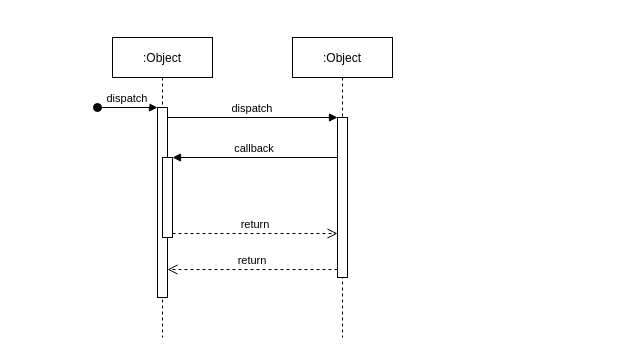
Before: Untitled Diagram.drawio in alfinlutfi277/AI-Daun, a draw.io diagram. Source tidied: cells renumbered, new cells numbered last; positions are measured from the earlier drawing's top-left corner, leaving out a move shared by most shapes. Both pictures are drawn from the tidied source at 100%, with x=0, y=0 at pixel (97, 37).
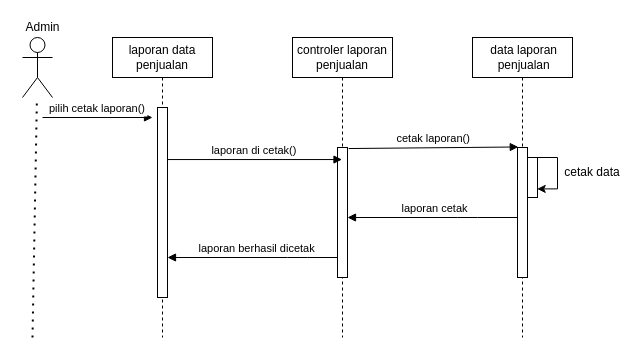
The same page after the edit.

Commit message:
sequence mppl

The change refers to these unchanged cells:
```xml
<mxCell id="3" style="points=[];perimeter=orthogonalPerimeter;rounded=0;shadow=0;strokeWidth=1;" parent="2" vertex="1">
  <mxGeometry x="45" y="70" width="10" height="190" as="geometry" />
</mxCell>
```

What changed in the source:
```diff
@@
-    <mxCell id="2" value=":Object" style="shape=umlLifeline;perimeter=lifelinePerimeter;rounded=0;shadow=0;strokeWidth=1;" parent="1" vertex="1">
+    <mxCell id="2" style="shape=umlLifeline;perimeter=lifelinePerimeter;rounded=0;shadow=0;strokeWidth=1;" parent="1" vertex="1">
       <mxGeometry x="15" width="100" height="300" as="geometry" />
     </mxCell>
@@
-    <mxCell id="4" value="dispatch" style="verticalAlign=bottom;startArrow=oval;endArrow=block;startSize=8;shadow=0;strokeWidth=1;" parent="2" edge="1" target="3">
-      <mxGeometry relative="1" as="geometry">
-        <mxPoint x="-15" y="70" as="sourcePoint" />
-      </mxGeometry>
-    </mxCell>
-    <mxCell id="5" style="points=[];perimeter=orthogonalPerimeter;rounded=0;shadow=0;strokeWidth=1;" parent="2" vertex="1">
-      <mxGeometry x="50" y="120" width="10" height="80" as="geometry" />
-    </mxCell>
+    <mxCell id="12" value="pilih cetak laporan()" style="verticalAlign=bottom;endArrow=block;shadow=0;strokeWidth=1;" parent="2" edge="1">
+      <mxGeometry relative="1" as="geometry">
+        <mxPoint x="-70" y="80" as="sourcePoint" />
+        <mxPoint x="40" y="80" as="targetPoint" />
+      </mxGeometry>
+    </mxCell>
+    <mxCell id="13" value="laporan berhasil dicetak" style="verticalAlign=bottom;endArrow=block;shadow=0;strokeWidth=1;" parent="2" edge="1">
+      <mxGeometry relative="1" as="geometry">
+        <mxPoint x="234.6" y="220" as="sourcePoint" />
+        <mxPoint x="55" y="220" as="targetPoint" />
+        <Array as="points">
+          <mxPoint x="185.1" y="220" />
+        </Array>
+      </mxGeometry>
+    </mxCell>
+    <mxCell id="14" value="&lt;span style=&quot;&quot;&gt;laporan data penjualan&lt;/span&gt;" style="text;html=1;strokeColor=none;fillColor=none;align=center;verticalAlign=middle;whiteSpace=wrap;rounded=0;" parent="2" vertex="1">
+      <mxGeometry width="100" height="40" as="geometry" />
+    </mxCell>
-    <mxCell id="6" value=":Object" style="shape=umlLifeline;perimeter=lifelinePerimeter;rounded=0;shadow=0;strokeWidth=1;" parent="1" vertex="1">
+    <mxCell id="6" style="shape=umlLifeline;perimeter=lifelinePerimeter;rounded=0;shadow=0;strokeWidth=1;" parent="1" vertex="1">
       <mxGeometry x="195" width="100" height="300" as="geometry" />
     </mxCell>
     <mxCell id="7" style="points=[];perimeter=orthogonalPerimeter;rounded=0;shadow=0;strokeWidth=1;" parent="6" vertex="1">
-      <mxGeometry x="45" y="80" width="10" height="160" as="geometry" />
+      <mxGeometry x="45" y="110" width="10" height="130" as="geometry" />
     </mxCell>
-    <mxCell id="8" value="return" style="verticalAlign=bottom;endArrow=open;dashed=1;endSize=8;exitX=0;exitY=0.95;shadow=0;strokeWidth=1;" parent="1" edge="1" source="7" target="3">
-      <mxGeometry relative="1" as="geometry" />
-    </mxCell>
+    <mxCell id="15" value="&lt;span style=&quot;&quot;&gt;controler laporan penjualan&lt;/span&gt;" style="text;html=1;strokeColor=none;fillColor=none;align=center;verticalAlign=middle;whiteSpace=wrap;rounded=0;" parent="6" vertex="1">
+      <mxGeometry width="100" height="40" as="geometry" />
+    </mxCell>
-    <mxCell id="9" value="dispatch" style="verticalAlign=bottom;endArrow=block;entryX=0;entryY=0;shadow=0;strokeWidth=1;" parent="1" edge="1" source="3" target="7">
+    <mxCell id="9" value="laporan di cetak()" style="verticalAlign=bottom;endArrow=block;shadow=0;strokeWidth=1;exitX=0.993;exitY=0.274;exitDx=0;exitDy=0;exitPerimeter=0;" parent="1" edge="1" source="3" target="6">
       <mxGeometry relative="1" as="geometry" />
     </mxCell>
-    <mxCell id="10" value="callback" style="verticalAlign=bottom;endArrow=block;entryX=1;entryY=0;shadow=0;strokeWidth=1;" parent="1" edge="1" source="7" target="5">
-      <mxGeometry relative="1" as="geometry" />
-    </mxCell>
-    <mxCell id="11" value="return" style="verticalAlign=bottom;endArrow=open;dashed=1;endSize=8;exitX=1;exitY=0.95;shadow=0;strokeWidth=1;" parent="1" edge="1" source="5" target="7">
-      <mxGeometry relative="1" as="geometry" />
-    </mxCell>
+    <mxCell id="16" style="shape=umlActor;verticalLabelPosition=bottom;verticalAlign=top;html=1;outlineConnect=0;" parent="1" vertex="1">
+      <mxGeometry x="-75" width="30" height="60" as="geometry" />
+    </mxCell>
+    <mxCell id="17" style="endArrow=none;dashed=1;html=1;dashPattern=1 3;strokeWidth=2;rounded=0;" parent="1" edge="1" target="16">
+      <mxGeometry relative="1" as="geometry">
+        <mxPoint x="-65" y="300" as="sourcePoint" />
+      </mxGeometry>
+    </mxCell>
+    <mxCell id="18" value="Admin" style="text;html=1;align=center;verticalAlign=middle;strokeColor=none;fillColor=none;" parent="1" vertex="1">
+      <mxGeometry x="-80" y="-20" width="50" height="20" as="geometry" />
+    </mxCell>
+    <mxCell id="19" style="shape=umlLifeline;perimeter=lifelinePerimeter;rounded=0;shadow=0;strokeWidth=1;" parent="1" vertex="1">
+      <mxGeometry x="375" width="100" height="300" as="geometry" />
+    </mxCell>
+    <mxCell id="20" value="laporan cetak" style="verticalAlign=bottom;endArrow=block;shadow=0;strokeWidth=1;" parent="19" edge="1" source="19">
+      <mxGeometry relative="1" as="geometry">
+        <mxPoint x="-125" y="180" as="targetPoint" />
+        <Array as="points">
+          <mxPoint x="-5" y="180" />
+        </Array>
+      </mxGeometry>
+    </mxCell>
+    <mxCell id="21" style="points=[];perimeter=orthogonalPerimeter;rounded=0;shadow=0;strokeWidth=1;" parent="19" vertex="1">
+      <mxGeometry x="45" y="110" width="10" height="130" as="geometry" />
+    </mxCell>
+    <mxCell id="22" style="points=[];perimeter=orthogonalPerimeter;rounded=0;shadow=0;strokeWidth=1;" parent="19" vertex="1">
+      <mxGeometry x="55" y="120" width="10" height="40" as="geometry" />
+    </mxCell>
+    <mxCell id="23" style="edgeStyle=orthogonalEdgeStyle;rounded=0;orthogonalLoop=1;jettySize=auto;html=1;entryX=0.969;entryY=0.785;entryDx=0;entryDy=0;entryPerimeter=0;" parent="19" edge="1" source="22" target="22">
+      <mxGeometry relative="1" as="geometry">
+        <Array as="points">
+          <mxPoint x="85" y="120" />
+          <mxPoint x="85" y="151" />
+        </Array>
+      </mxGeometry>
+    </mxCell>
+    <mxCell id="24" value="cetak laporan()" style="verticalAlign=bottom;endArrow=block;shadow=0;strokeWidth=1;entryX=0.079;entryY=-0.004;entryDx=0;entryDy=0;entryPerimeter=0;exitX=1.115;exitY=0.008;exitDx=0;exitDy=0;exitPerimeter=0;" parent="1" edge="1" source="7" target="21">
+      <mxGeometry relative="1" as="geometry" />
+    </mxCell>
+    <mxCell id="25" value="&amp;nbsp;data laporan&lt;br&gt;&amp;nbsp;penjualan" style="text;html=1;strokeColor=none;fillColor=none;align=center;verticalAlign=middle;whiteSpace=wrap;rounded=0;" parent="1" vertex="1">
+      <mxGeometry x="375" width="100" height="40" as="geometry" />
+    </mxCell>
+    <mxCell id="26" value="cetak data" style="text;html=1;strokeColor=none;fillColor=none;align=center;verticalAlign=middle;whiteSpace=wrap;rounded=0;" parent="1" vertex="1">
+      <mxGeometry x="465" y="120" width="60" height="30" as="geometry" />
+    </mxCell>
```
